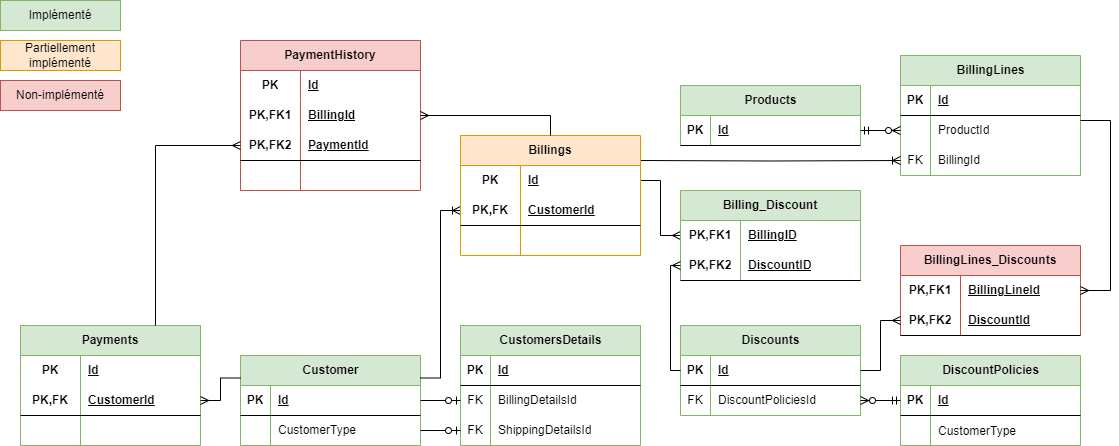
Above: docs/Diagrammes-ERD.drawio.png in Scholastien/MyApp (draw.io), before the change. Source tidied: cells renumbered, new cells last; positions are measured from the earlier drawing's top-left corner, leaving out a move shared by most shapes.
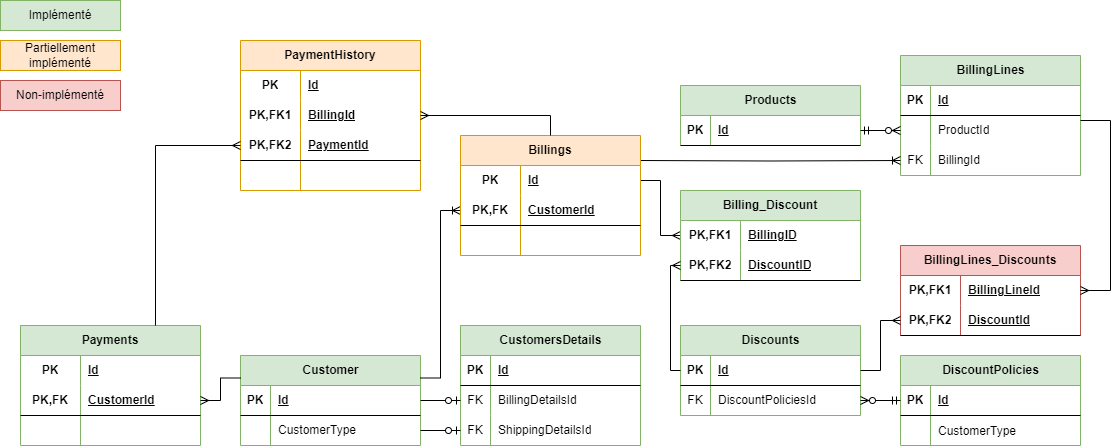
Above is the later version.

Commit message:
docs(diagram): export schema

The edit, as a diff of the source:
```diff
@@ -214,7 +214,7 @@
     <mxCell id="71" style="shape=partialRectangle;fillColor=none;top=0;left=0;bottom=0;right=0;align=left;spacingLeft=6;overflow=hidden;html=1;whiteSpace=wrap;" parent="69" vertex="1">
       <mxGeometry x="60" width="120" height="30" as="geometry" />
     </mxCell>
-    <mxCell id="72" value="PaymentHistory" style="shape=table;startSize=30;rowLines=0;fontStyle=1;align=center;html=1;whiteSpace=wrap;fillColor=#f8cecc;strokeColor=#b85450;" parent="1" vertex="1">
+    <mxCell id="72" value="PaymentHistory" style="shape=table;startSize=30;rowLines=0;fontStyle=1;align=center;html=1;whiteSpace=wrap;fillColor=#ffe6cc;strokeColor=#d79b00;" parent="1" vertex="1">
       <mxGeometry x="240" y="40" width="180" height="150" as="geometry" />
     </mxCell>
     <mxCell id="73" style="shape=tableRow;horizontal=0;startSize=0;swimlaneHead=0;swimlaneBody=0;fillColor=none;top=0;left=0;right=0;bottom=0;html=1;" parent="72" vertex="1">
```
